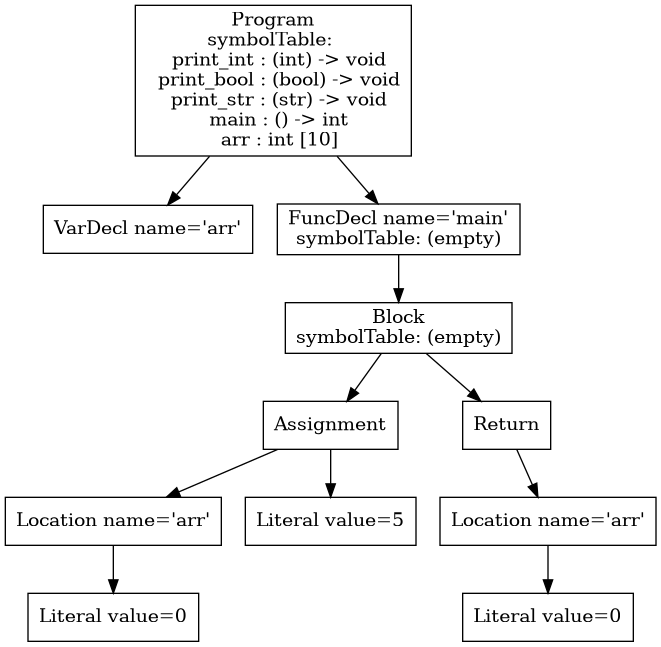
Before: p3-analysis/tree.png, a diagram exported from Graphviz (atrim11/CS432). Its source is kept beside it as p3-analysis/tree.dot.
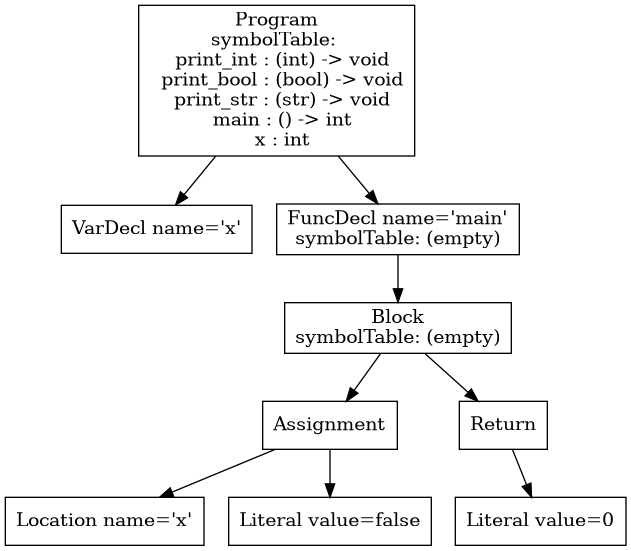
The same diagram one commit later.

What changed in the source:
```diff
@@ -1,23 +1,19 @@
 digraph AST {
-1 [shape=box, label="VarDecl name='arr'"];
-6 [shape=box, label="Literal value=0"];
-5 [shape=box, label="Location name='arr'"];
-5 -> 6;
-7 [shape=box, label="Literal value=5"];
+1 [shape=box, label="VarDecl name='x'"];
+5 [shape=box, label="Location name='x'"];
+6 [shape=box, label="Literal value=false"];
 4 [shape=box, label="Assignment"];
 4 -> 5;
-4 -> 7;
-10 [shape=box, label="Literal value=0"];
-9 [shape=box, label="Location name='arr'"];
-9 -> 10;
-8 [shape=box, label="Return"];
-8 -> 9;
+4 -> 6;
+8 [shape=box, label="Literal value=0"];
+7 [shape=box, label="Return"];
+7 -> 8;
 3 [shape=box, label="Block\nsymbolTable: (empty)"];
 3 -> 4;
-3 -> 8;
+3 -> 7;
 2 [shape=box, label="FuncDecl name='main'\nsymbolTable: (empty)"];
 2 -> 3;
-0 [shape=box, label="Program\nsymbolTable: \n  print_int : (int) -> void\n  print_bool : (bool) -> void\n  print_str : (str) -> void\n  main : () -> int\n  arr : int [10]"];
+0 [shape=box, label="Program\nsymbolTable: \n  print_int : (int) -> void\n  print_bool : (bool) -> void\n  print_str : (str) -> void\n  main : () -> int\n  x : int"];
 0 -> 1;
 0 -> 2;
 }
```
